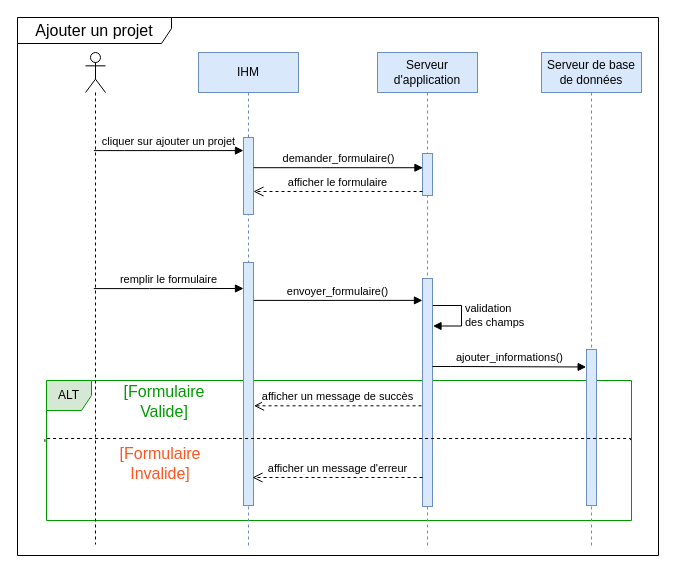
Before: Diagramme de Sequence Gerer projets .drawio in ZidiMedAmine/UML, a draw.io diagram. Source tidied: cells renumbered, new cells numbered last; positions are measured from the earlier drawing's top-left corner, leaving out a move shared by most shapes. Both pictures are drawn from the tidied source at 100%, with x=0, y=0 at pixel (17, 17).
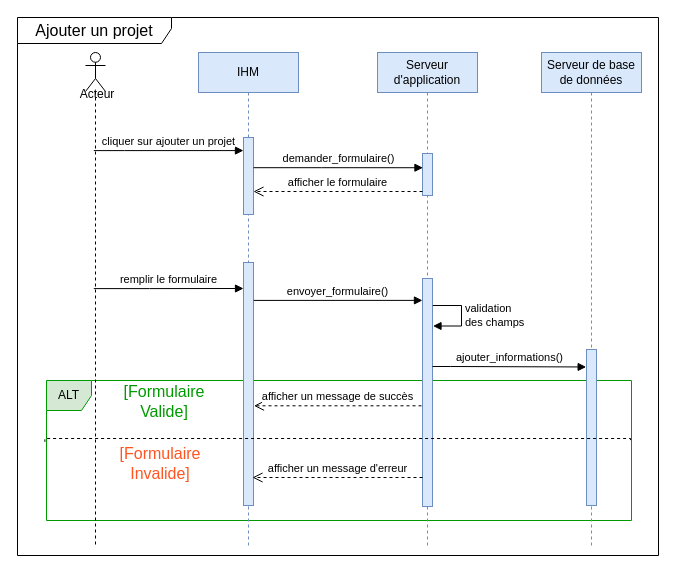
The same page after the edit.

Change to the diagram source:
```diff
@@
-    <mxCell id="6" style="shape=umlLifeline;participant=umlActor;perimeter=lifelinePerimeter;whiteSpace=wrap;html=1;verticalAlign=top;spacingTop=36;" parent="1" vertex="1">
+    <mxCell id="6" style="shape=umlLifeline;participant=umlActor;perimeter=lifelinePerimeter;whiteSpace=wrap;html=1;verticalAlign=top;spacingTop=36;size=39;" parent="1" vertex="1">
       <mxGeometry x="68" y="35" width="20" height="492" as="geometry" />
     </mxCell>
@@
+    <mxCell id="26" value="Acteur" style="text;html=1;strokeColor=none;fillColor=none;align=center;verticalAlign=middle;whiteSpace=wrap;rounded=0;" parent="1" vertex="1">
+      <mxGeometry x="50" y="62" width="60" height="30" as="geometry" />
+    </mxCell>
```
